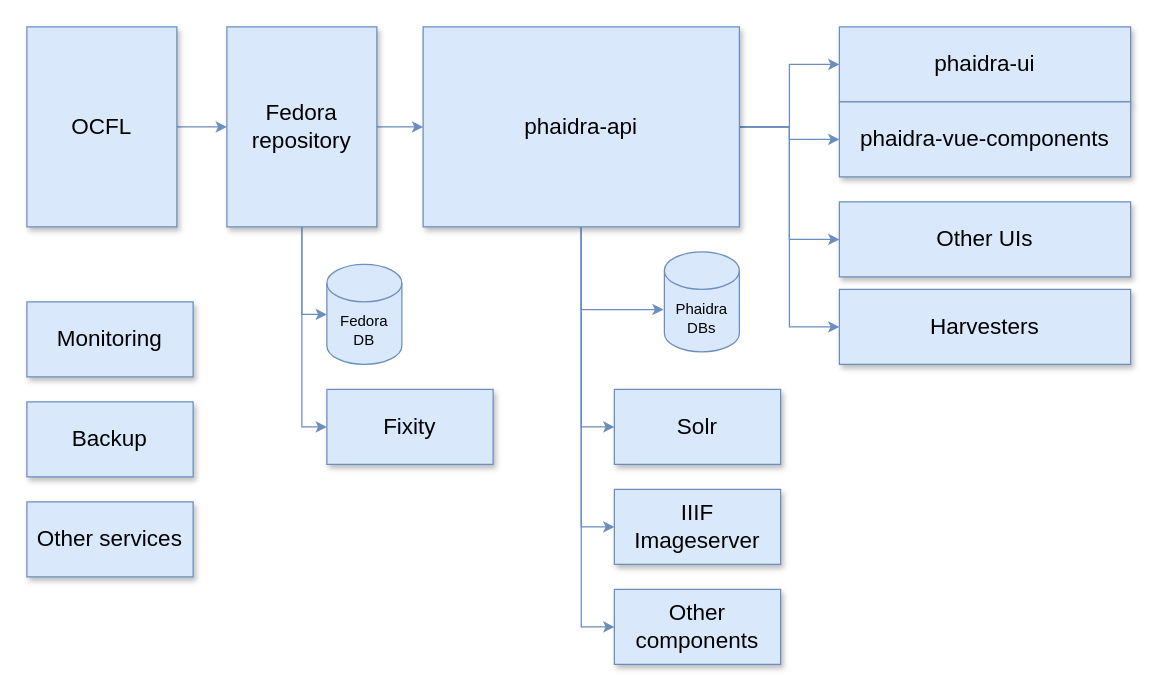
The draw.io diagram Architecture.drawio in RastislavHudak/drawings, before the edit. Source tidied: cells renumbered, new cells numbered last; positions are measured from the earlier drawing's top-left corner, leaving out a move shared by most shapes. Both pictures are drawn from the tidied source at 125%, with x=0, y=0 at pixel (26, 26).
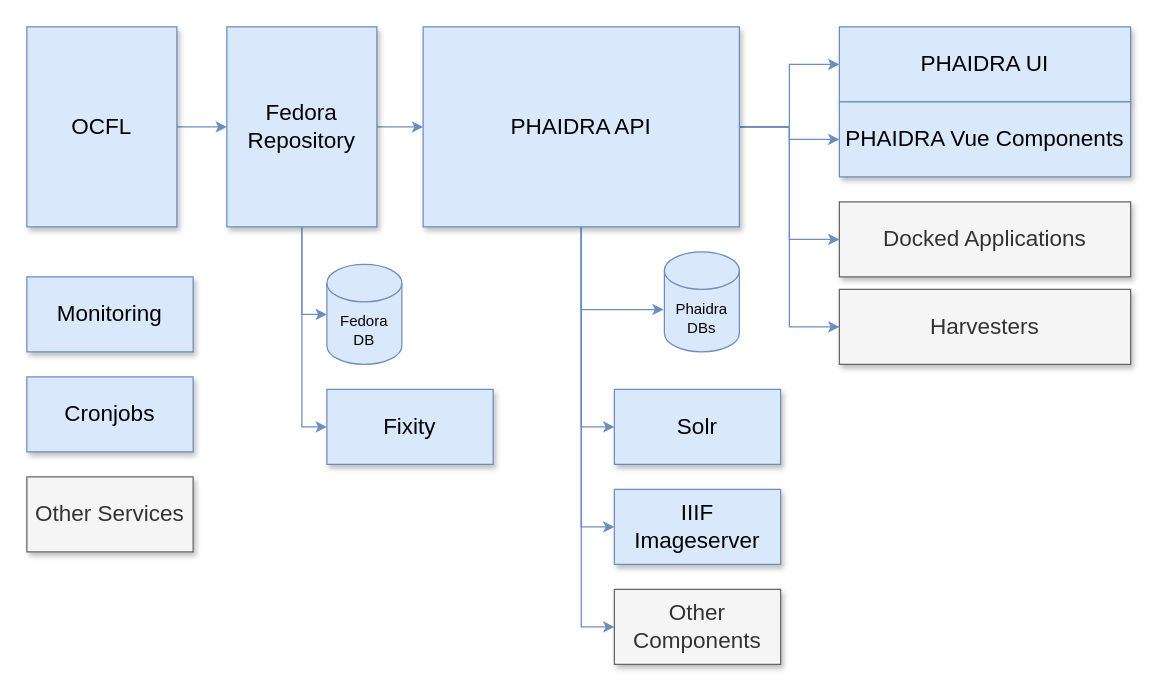
Above is the later version.

Change to the diagram source:
```diff
@@
-    <mxCell id="9" value="phaidra-api" style="whiteSpace=wrap;html=1;shadow=1;fontSize=18;fillColor=#dae8fc;strokeColor=#6c8ebf;" parent="1" vertex="1">
+    <mxCell id="9" value="PHAIDRA API" style="whiteSpace=wrap;html=1;shadow=1;fontSize=18;fillColor=#dae8fc;strokeColor=#6c8ebf;" parent="1" vertex="1">
       <mxGeometry x="317" width="253" height="160" as="geometry" />
     </mxCell>
-    <mxCell id="10" value="phaidra-ui" style="whiteSpace=wrap;html=1;shadow=1;fontSize=18;fillColor=#dae8fc;strokeColor=#6c8ebf;" parent="1" vertex="1">
+    <mxCell id="10" value="PHAIDRA UI" style="whiteSpace=wrap;html=1;shadow=1;fontSize=18;fillColor=#dae8fc;strokeColor=#6c8ebf;" parent="1" vertex="1">
       <mxGeometry x="650" width="233" height="60" as="geometry" />
     </mxCell>
-    <mxCell id="11" value="phaidra-vue-components" style="whiteSpace=wrap;html=1;shadow=1;fontSize=18;fillColor=#dae8fc;strokeColor=#6c8ebf;" parent="1" vertex="1">
+    <mxCell id="11" value="PHAIDRA Vue Components" style="whiteSpace=wrap;html=1;shadow=1;fontSize=18;fillColor=#dae8fc;strokeColor=#6c8ebf;" parent="1" vertex="1">
       <mxGeometry x="650" y="60" width="233" height="60" as="geometry" />
     </mxCell>
@@
-    <mxCell id="14" value="Fedora repository" style="whiteSpace=wrap;html=1;shadow=1;fontSize=18;fillColor=#dae8fc;strokeColor=#6c8ebf;" parent="1" vertex="1">
+    <mxCell id="14" value="Fedora Repository" style="whiteSpace=wrap;html=1;shadow=1;fontSize=18;fillColor=#dae8fc;strokeColor=#6c8ebf;" parent="1" vertex="1">
       <mxGeometry x="160" width="120" height="160" as="geometry" />
     </mxCell>
@@
-    <mxCell id="19" value="Other UIs" style="whiteSpace=wrap;html=1;shadow=1;fontSize=18;fillColor=#dae8fc;strokeColor=#6c8ebf;" parent="1" vertex="1">
+    <mxCell id="19" value="Docked Applications" style="whiteSpace=wrap;html=1;shadow=1;fontSize=18;fillColor=#f5f5f5;strokeColor=#666666;fontColor=#333333;" parent="1" vertex="1">
       <mxGeometry x="650" y="140" width="233" height="60" as="geometry" />
     </mxCell>
@@
-    <mxCell id="22" value="Other components" style="whiteSpace=wrap;html=1;shadow=1;fontSize=18;fillColor=#dae8fc;strokeColor=#6c8ebf;" parent="1" vertex="1">
+    <mxCell id="22" value="Other Components" style="whiteSpace=wrap;html=1;shadow=1;fontSize=18;fillColor=#f5f5f5;strokeColor=#666666;fontColor=#333333;" parent="1" vertex="1">
       <mxGeometry x="470" y="450" width="133" height="60" as="geometry" />
     </mxCell>
@@
     <mxCell id="25" value="Monitoring" style="whiteSpace=wrap;html=1;shadow=1;fontSize=18;fillColor=#dae8fc;strokeColor=#6c8ebf;" parent="1" vertex="1">
-      <mxGeometry y="220" width="133" height="60" as="geometry" />
+      <mxGeometry y="200" width="133" height="60" as="geometry" />
     </mxCell>
-    <mxCell id="26" value="Backup" style="whiteSpace=wrap;html=1;shadow=1;fontSize=18;fillColor=#dae8fc;strokeColor=#6c8ebf;" parent="1" vertex="1">
-      <mxGeometry y="300" width="133" height="60" as="geometry" />
+    <mxCell id="26" value="Cronjobs" style="whiteSpace=wrap;html=1;shadow=1;fontSize=18;fillColor=#dae8fc;strokeColor=#6c8ebf;" parent="1" vertex="1">
+      <mxGeometry y="280" width="133" height="60" as="geometry" />
     </mxCell>
@@
-    <mxCell id="28" value="Other services" style="whiteSpace=wrap;html=1;shadow=1;fontSize=18;fillColor=#dae8fc;strokeColor=#6c8ebf;" parent="1" vertex="1">
-      <mxGeometry y="380" width="133" height="60" as="geometry" />
-    </mxCell>
-    <mxCell id="29" value="Harvesters" style="whiteSpace=wrap;html=1;shadow=1;fontSize=18;fillColor=#dae8fc;strokeColor=#6c8ebf;" parent="1" vertex="1">
+    <mxCell id="29" value="Harvesters" style="whiteSpace=wrap;html=1;shadow=1;fontSize=18;fillColor=#f5f5f5;strokeColor=#666666;fontColor=#333333;" parent="1" vertex="1">
       <mxGeometry x="650" y="210" width="233" height="60" as="geometry" />
     </mxCell>
+    <mxCell id="30" value="Other Services" style="whiteSpace=wrap;html=1;shadow=1;fontSize=18;fillColor=#f5f5f5;strokeColor=#666666;fontColor=#333333;" parent="1" vertex="1">
+      <mxGeometry y="360" width="133" height="60" as="geometry" />
+    </mxCell>
```
